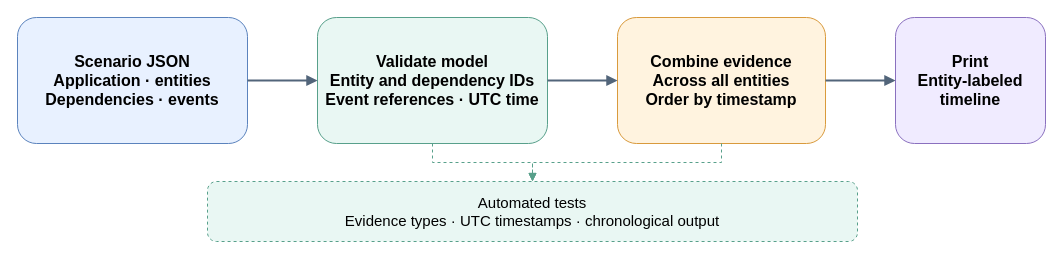
The draw.io diagram docs/diagrams/project-flow.drawio in orihoff/ai-sre-copilot, before the edit. Source tidied: cells renumbered, new cells numbered last; positions are measured from the earlier drawing's top-left corner, leaving out a move shared by most shapes. Both pictures are drawn from the tidied source at 100%, with x=0, y=0 at pixel (17, 17).
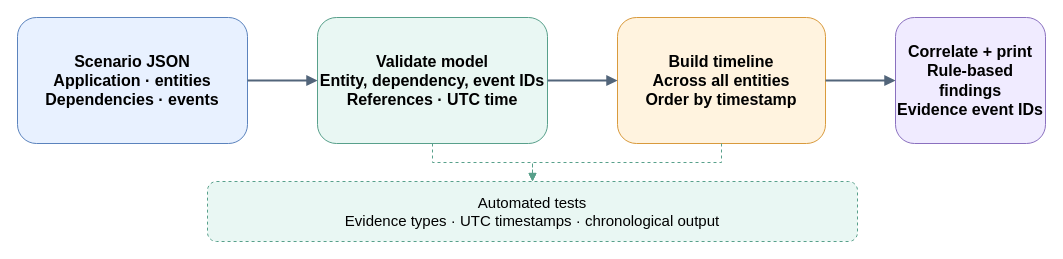
The same diagram, later.

Commit message (it also covers changes not shown here):
Add deterministic evidence correlation engine

Diff of the diagram source:
```diff
@@
 <mxGraphModel>
   <root>
     <mxCell id="0" />
     <mxCell id="1" parent="0" />
     <mxCell id="2" value="Scenario JSON&#10;Application · entities&#10;Dependencies · events" style="rounded=1;whiteSpace=wrap;html=1;fillColor=#e8f1ff;strokeColor=#5b83bd;fontSize=16;fontStyle=1;" parent="1" vertex="1">
       <mxGeometry width="230" height="126" as="geometry" />
     </mxCell>
-    <mxCell id="3" value="Validate model&#10;Entity and dependency IDs&#10;Event references · UTC time" style="rounded=1;whiteSpace=wrap;html=1;fillColor=#e9f7f3;strokeColor=#58a08b;fontSize=16;fontStyle=1;" parent="1" vertex="1">
+    <mxCell id="3" value="Validate model&#10;Entity, dependency, event IDs&#10;References · UTC time" style="rounded=1;whiteSpace=wrap;html=1;fillColor=#e9f7f3;strokeColor=#58a08b;fontSize=16;fontStyle=1;" parent="1" vertex="1">
       <mxGeometry x="300" width="230" height="126" as="geometry" />
     </mxCell>
-    <mxCell id="4" value="Combine evidence&#10;Across all entities&#10;Order by timestamp" style="rounded=1;whiteSpace=wrap;html=1;fillColor=#fff3df;strokeColor=#d99a3c;fontSize=16;fontStyle=1;" parent="1" vertex="1">
+    <mxCell id="4" value="Build timeline&#10;Across all entities&#10;Order by timestamp" style="rounded=1;whiteSpace=wrap;html=1;fillColor=#fff3df;strokeColor=#d99a3c;fontSize=16;fontStyle=1;" parent="1" vertex="1">
       <mxGeometry x="600" width="208" height="126" as="geometry" />
     </mxCell>
-    <mxCell id="5" value="Print&#10;Entity-labeled timeline" style="rounded=1;whiteSpace=wrap;html=1;fillColor=#f0ebff;strokeColor=#8a70bf;fontSize=16;fontStyle=1;" parent="1" vertex="1">
+    <mxCell id="5" value="Correlate + print&#10;Rule-based findings&#10;Evidence event IDs" style="rounded=1;whiteSpace=wrap;html=1;fillColor=#f0ebff;strokeColor=#8a70bf;fontSize=16;fontStyle=1;" parent="1" vertex="1">
       <mxGeometry x="878" width="150" height="126" as="geometry" />
     </mxCell>
     <mxCell id="6" value="Automated tests&#10;Evidence types · UTC timestamps · chronological output" style="rounded=1;whiteSpace=wrap;html=1;fillColor=#e9f7f3;strokeColor=#58a08b;dashed=1;fontSize=15;" parent="1" vertex="1">
       <mxGeometry x="190" y="164" width="650" height="60" as="geometry" />
     </mxCell>
     <mxCell id="7" style="edgeStyle=orthogonalEdgeStyle;rounded=0;jettySize=auto;html=1;strokeColor=#52657a;strokeWidth=2;endArrow=block;endFill=1;" parent="1" edge="1" source="2" target="3">
       <mxGeometry relative="1" as="geometry" />
     </mxCell>
     <mxCell id="8" style="edgeStyle=orthogonalEdgeStyle;rounded=0;jettySize=auto;html=1;strokeColor=#52657a;strokeWidth=2;endArrow=block;endFill=1;" parent="1" edge="1" source="3" target="4">
       <mxGeometry relative="1" as="geometry" />
     </mxCell>
     <mxCell id="9" style="edgeStyle=orthogonalEdgeStyle;rounded=0;jettySize=auto;html=1;strokeColor=#52657a;strokeWidth=2;endArrow=block;endFill=1;" parent="1" edge="1" source="4" target="5">
       <mxGeometry relative="1" as="geometry" />
     </mxCell>
     <mxCell id="10" style="edgeStyle=orthogonalEdgeStyle;rounded=0;html=1;dashed=1;strokeColor=#58a08b;endArrow=block;endFill=1;" parent="1" edge="1" source="3" target="6">
       <mxGeometry relative="1" as="geometry" />
     </mxCell>
     <mxCell id="11" style="edgeStyle=orthogonalEdgeStyle;rounded=0;html=1;dashed=1;strokeColor=#58a08b;endArrow=block;endFill=1;" parent="1" edge="1" source="4" target="6">
       <mxGeometry relative="1" as="geometry" />
     </mxCell>
   </root>
 </mxGraphModel>
```
